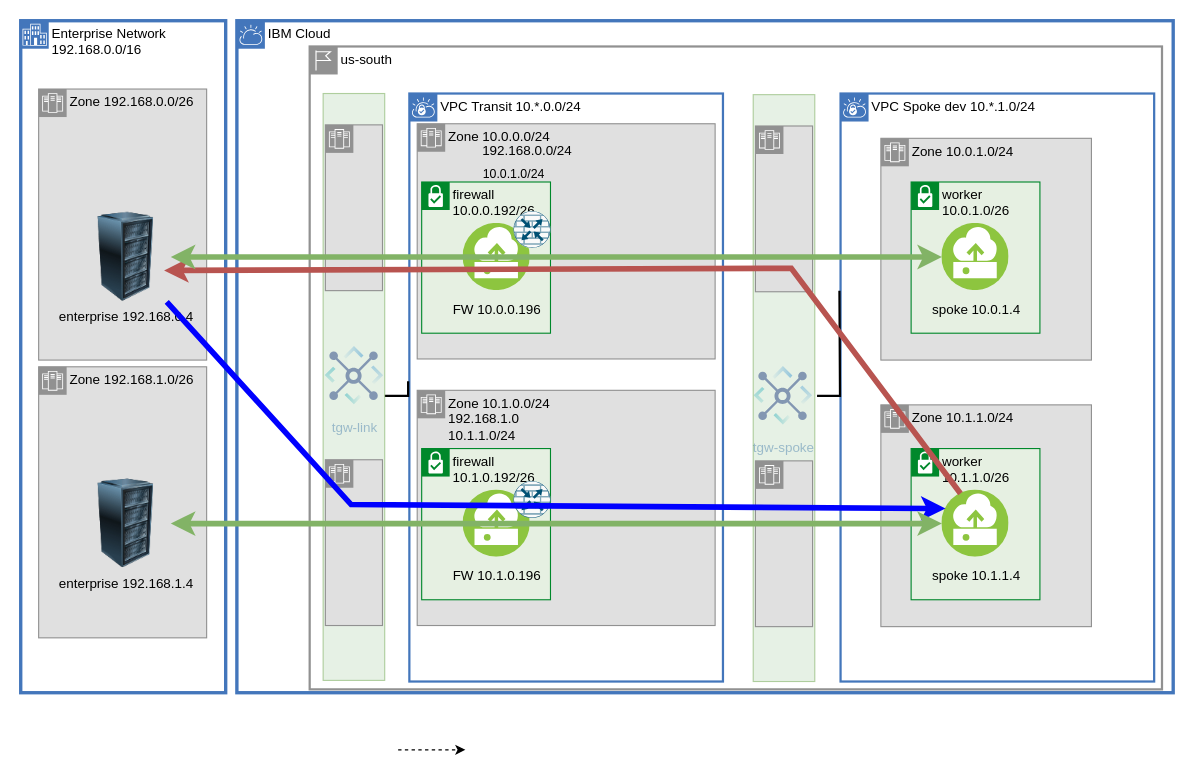
ibm-cloud-docs/solution-tutorials keeps this draw.io diagram as page "asymmetric" (5 of 8) of diagrams/vpc-transit.drawio. Above is the earlier version. Source tidied: cells renumbered, new cells numbered last; positions are measured from the earlier drawing's top-left corner, leaving out a move shared by most shapes. Both pictures are drawn from the tidied source at 112%, with x=0, y=0 at pixel (20, 20).
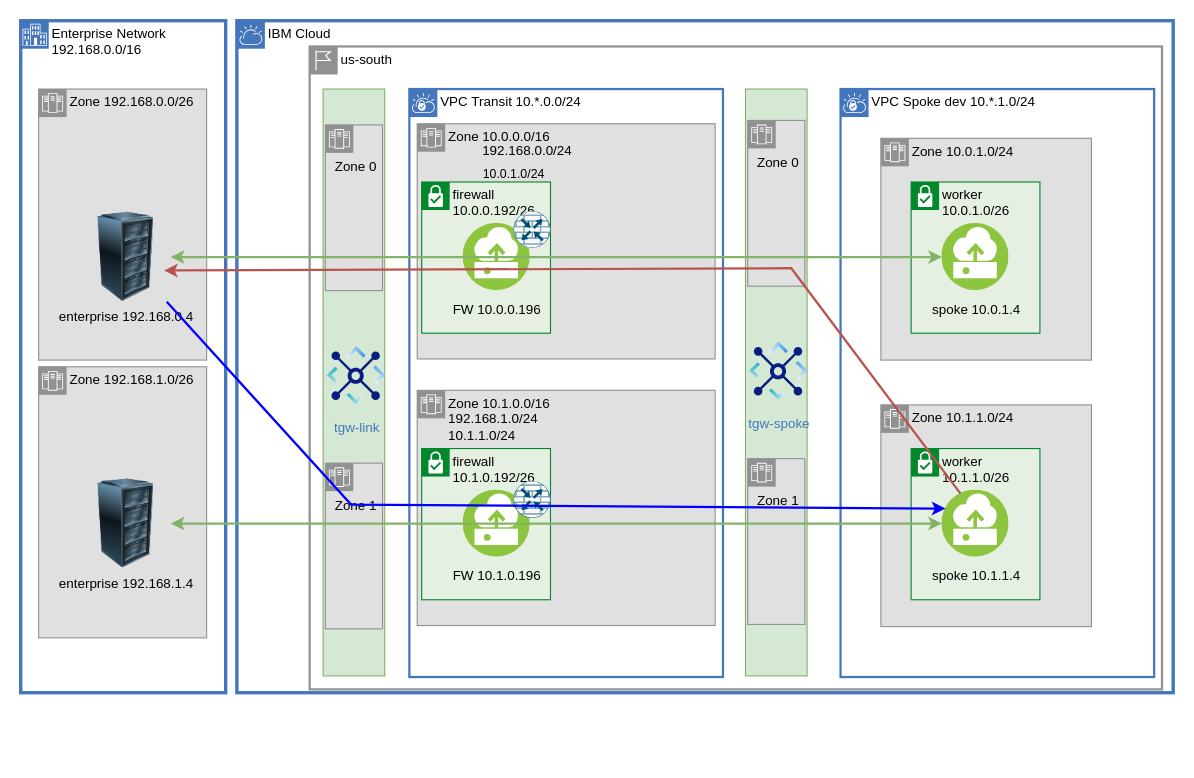
Above is the later version.

The change refers to these unchanged cells:
```xml
<mxCell id="13" value="enterprise 192.168.0.4" style="image;html=1;image=img/lib/clip_art/computers/Server_Rack_128x128.png;noLabel=0;labelBackgroundColor=none;" parent="1" vertex="1">
  <mxGeometry x="54" y="171" width="80" height="80" as="geometry" />
</mxCell>
<mxCell id="14" value="spoke 10.0.1.4" style="perimeter=ellipsePerimeter;html=1;align=center;shadow=0;dashed=0;fontColor=black;fontSize=12;spacingTop=3;image;image=img/lib/ibm/vpc/Instance.svg;overflow=visible;noLabel=0;labelBackgroundColor=none;" parent="1" vertex="1">
  <mxGeometry x="822.5" y="181" width="60" height="60" as="geometry" />
</mxCell>
<mxCell id="20" value="spoke 10.1.1.4" style="perimeter=ellipsePerimeter;html=1;align=center;shadow=0;dashed=0;fontColor=black;fontSize=12;spacingTop=3;image;image=img/lib/ibm/vpc/Instance.svg;overflow=visible;noLabel=0;labelBackgroundColor=none;" parent="1" vertex="1">
  <mxGeometry x="822.5" y="419" width="60" height="60" as="geometry" />
</mxCell>
<mxCell id="23" value="enterprise 192.168.1.4" style="image;html=1;image=img/lib/clip_art/computers/Server_Rack_128x128.png;noLabel=0;labelBackgroundColor=none;" parent="1" vertex="1">
  <mxGeometry x="54" y="409" width="80" height="80" as="geometry" />
</mxCell>
```

What changed in the source:
```diff
@@
     <mxCell id="4" value="&lt;span style=&quot;font-weight: normal&quot;&gt;VPC Spoke dev 10.*.1.0/24&lt;/span&gt;" style="shape=mxgraph.ibm.box;prType=vpc;fontStyle=1;verticalAlign=top;align=left;spacingLeft=32;spacingTop=4;fillColor=none;rounded=0;whiteSpace=wrap;html=1;strokeColor=#4376BB;strokeWidth=2;dashed=0;spacing=-4;" parent="1" vertex="1">
-      <mxGeometry x="732" y="65" width="280" height="525" as="geometry" />
+      <mxGeometry x="732" y="61" width="280" height="525" as="geometry" />
     </mxCell>
@@
     <mxCell id="6" value="VPC Transit 10.*.0.0/24" style="shape=mxgraph.ibm.box;prType=vpc;fontStyle=0;verticalAlign=top;align=left;spacingLeft=32;spacingTop=4;fillColor=none;rounded=0;whiteSpace=wrap;html=1;strokeColor=#4376BB;strokeWidth=2;dashed=0;spacing=-4;" parent="1" vertex="1">
-      <mxGeometry x="347" y="65" width="280" height="525" as="geometry" />
+      <mxGeometry x="347" y="61" width="280" height="525" as="geometry" />
     </mxCell>
-    <mxCell id="7" value="Zone 10.0.0.0/24&lt;br&gt;&amp;nbsp; &amp;nbsp; &amp;nbsp; &amp;nbsp; &amp;nbsp;" style="shape=mxgraph.ibm.box;prType=zone;fontStyle=0;verticalAlign=top;align=left;spacingLeft=32;spacingTop=4;fillColor=#E0E0E0;rounded=0;whiteSpace=wrap;html=1;strokeColor=#919191;strokeWidth=1;dashed=0;spacing=-4;" parent="1" vertex="1">
+    <mxCell id="7" value="Zone 10.0.0.0/16&lt;br&gt;&amp;nbsp; &amp;nbsp; &amp;nbsp; &amp;nbsp; &amp;nbsp;" style="shape=mxgraph.ibm.box;prType=zone;fontStyle=0;verticalAlign=top;align=left;spacingLeft=32;spacingTop=4;fillColor=#E0E0E0;rounded=0;whiteSpace=wrap;html=1;strokeColor=#919191;strokeWidth=1;dashed=0;spacing=-4;" parent="1" vertex="1">
       <mxGeometry x="354" y="92" width="266" height="210" as="geometry" />
     </mxCell>
@@
-    <mxCell id="12" style="shape=connector;rounded=0;orthogonalLoop=1;jettySize=auto;html=1;dashed=1;labelBackgroundColor=default;strokeColor=default;strokeWidth=1;fontFamily=Helvetica;fontSize=11;fontColor=default;endArrow=classic;endFill=1;" parent="1" edge="1">
-      <mxGeometry relative="1" as="geometry">
-        <mxPoint x="337" y="651" as="sourcePoint" />
-        <mxPoint x="397" y="651" as="targetPoint" />
-      </mxGeometry>
-    </mxCell>
@@
-    <mxCell id="17" value="Zone 10.1.0.0/24&lt;br&gt;192.168.1.0&lt;br&gt;10.1.1.0/24" style="shape=mxgraph.ibm.box;prType=zone;fontStyle=0;verticalAlign=top;align=left;spacingLeft=32;spacingTop=4;fillColor=#E0E0E0;rounded=0;whiteSpace=wrap;html=1;strokeColor=#919191;strokeWidth=1;dashed=0;spacing=-4;" parent="1" vertex="1">
+    <mxCell id="17" value="Zone 10.1.0.0/16&lt;br&gt;192.168.1.0/24&lt;br&gt;10.1.1.0/24" style="shape=mxgraph.ibm.box;prType=zone;fontStyle=0;verticalAlign=top;align=left;spacingLeft=32;spacingTop=4;fillColor=#E0E0E0;rounded=0;whiteSpace=wrap;html=1;strokeColor=#919191;strokeWidth=1;dashed=0;spacing=-4;" parent="1" vertex="1">
       <mxGeometry x="354" y="330" width="266" height="210" as="geometry" />
     </mxCell>
@@
-    <mxCell id="26" style="edgeStyle=orthogonalEdgeStyle;shape=connector;rounded=0;orthogonalLoop=1;jettySize=auto;html=1;entryX=-0.004;entryY=0.474;entryDx=0;entryDy=0;entryPerimeter=0;labelBackgroundColor=default;strokeColor=default;strokeWidth=2;fontFamily=Helvetica;fontSize=11;fontColor=default;endArrow=none;endFill=0;" parent="1" edge="1">
-      <mxGeometry relative="1" as="geometry">
-        <mxPoint x="325" y="335" as="sourcePoint" />
-        <mxPoint x="345.9" y="321.8" as="targetPoint" />
-      </mxGeometry>
-    </mxCell>
+    <mxCell id="47" style="group;" parent="1" vertex="1">
+      <mxGeometry x="269.9" y="65" width="61.9" height="524" as="geometry" />
+    </mxCell>
+    <mxCell id="31" style="whiteSpace=wrap;html=1;fontFamily=Helvetica;fontSize=11;fillColor=#d5e8d4;strokeColor=#82b366;" parent="47" vertex="1">
+      <mxGeometry x="0.1" y="-4" width="55" height="524" as="geometry" />
+    </mxCell>
-    <mxCell id="27" value="tgw-link" style="perimeter=ellipsePerimeter;html=1;align=center;shadow=0;dashed=0;fontColor=#4277BB;labelBackgroundColor=#ffffff;fontSize=12;spacingTop=3;image;image=img/lib/ibm/vpc/TransitGateway.svg;" parent="1" vertex="1">
-      <mxGeometry x="268" y="287" width="60" height="60" as="geometry" />
+    <mxCell id="27" value="tgw-link" style="perimeter=ellipsePerimeter;html=1;align=center;shadow=0;dashed=0;fontColor=#4277BB;fontSize=12;spacingTop=3;image;image=img/lib/ibm/vpc/TransitGateway.svg;labelBackgroundColor=none;" parent="47" vertex="1">
+      <mxGeometry y="222" width="60" height="60" as="geometry" />
     </mxCell>
-    <mxCell id="28" style="edgeStyle=orthogonalEdgeStyle;rounded=0;jettySize=auto;html=1;endArrow=none;endFill=0;strokeWidth=2;" parent="1" edge="1" source="29">
-      <mxGeometry relative="1" as="geometry">
-        <mxPoint x="731" y="241" as="targetPoint" />
-      </mxGeometry>
-    </mxCell>
+    <mxCell id="48" style="group;" parent="47" vertex="1">
+      <mxGeometry x="2.1" y="28" width="59.7" height="148" as="geometry" />
+    </mxCell>
+    <mxCell id="32" style="shape=mxgraph.ibm.box;prType=zone;fontStyle=0;verticalAlign=top;align=left;spacingLeft=32;spacingTop=4;fillColor=#E0E0E0;rounded=0;whiteSpace=wrap;html=1;strokeColor=#919191;strokeWidth=1;dashed=0;spacing=-4;" parent="48" vertex="1">
+      <mxGeometry width="51" height="148" as="geometry" />
+    </mxCell>
+    <mxCell id="49" value="Zone 0" style="text;html=1;align=center;verticalAlign=middle;strokeColor=none;fillColor=none;fontSize=12;fontFamily=Helvetica;fontColor=#000000;" parent="48" vertex="1">
+      <mxGeometry x="-0.3" y="25" width="55" height="26" as="geometry" />
+    </mxCell>
+    <mxCell id="50" style="group;" parent="47" vertex="1">
+      <mxGeometry x="2.1" y="330" width="59.7" height="148" as="geometry" />
+    </mxCell>
+    <mxCell id="51" style="shape=mxgraph.ibm.box;prType=zone;fontStyle=0;verticalAlign=top;align=left;spacingLeft=32;spacingTop=4;fillColor=#E0E0E0;rounded=0;whiteSpace=wrap;html=1;strokeColor=#919191;strokeWidth=1;dashed=0;spacing=-4;" parent="50" vertex="1">
+      <mxGeometry width="51" height="148" as="geometry" />
+    </mxCell>
+    <mxCell id="52" value="Zone 1" style="text;html=1;align=center;verticalAlign=middle;strokeColor=none;fillColor=none;fontSize=12;fontFamily=Helvetica;fontColor=#000000;" parent="50" vertex="1">
+      <mxGeometry x="-0.3" y="25" width="55" height="26" as="geometry" />
+    </mxCell>
+    <mxCell id="53" style="group;" parent="1" vertex="1">
+      <mxGeometry x="647" y="61" width="61.9" height="524" as="geometry" />
+    </mxCell>
+    <mxCell id="54" style="whiteSpace=wrap;html=1;fontFamily=Helvetica;fontSize=11;fillColor=#d5e8d4;strokeColor=#82b366;" parent="53" vertex="1">
+      <mxGeometry x="0.1" width="55" height="524" as="geometry" />
+    </mxCell>
-    <mxCell id="29" value="tgw-spoke" style="perimeter=ellipsePerimeter;html=1;align=center;shadow=0;dashed=0;fontColor=#4277BB;labelBackgroundColor=#ffffff;fontSize=12;spacingTop=3;image;image=img/lib/ibm/vpc/TransitGateway.svg;labelPadding=0;backgroundOutline=0;" parent="1" vertex="1">
-      <mxGeometry x="651" y="305" width="60" height="60" as="geometry" />
+    <mxCell id="29" value="tgw-spoke" style="perimeter=ellipsePerimeter;html=1;align=center;shadow=0;dashed=0;fontColor=#4277BB;fontSize=12;spacingTop=3;image;image=img/lib/ibm/vpc/TransitGateway.svg;labelBackgroundColor=none;" parent="53" vertex="1">
+      <mxGeometry y="222" width="60" height="60" as="geometry" />
     </mxCell>
-    <mxCell id="30" style="group;" parent="1" vertex="1">
-      <mxGeometry x="270" y="65" width="55" height="524" as="geometry" />
-    </mxCell>
-    <mxCell id="31" style="whiteSpace=wrap;html=1;fontFamily=Helvetica;fontSize=11;opacity=60;fillColor=#d5e8d4;strokeColor=#82b366;" parent="30" vertex="1">
-      <mxGeometry width="55" height="524" as="geometry" />
-    </mxCell>
-    <mxCell id="32" style="shape=mxgraph.ibm.box;prType=zone;fontStyle=0;verticalAlign=top;align=left;spacingLeft=32;spacingTop=4;fillColor=#E0E0E0;rounded=0;whiteSpace=wrap;html=1;strokeColor=#919191;strokeWidth=1;dashed=0;spacing=-4;" parent="30" vertex="1">
-      <mxGeometry x="2" y="28" width="51" height="148" as="geometry" />
-    </mxCell>
-    <mxCell id="33" style="shape=mxgraph.ibm.box;prType=zone;fontStyle=0;verticalAlign=top;align=left;spacingLeft=32;spacingTop=4;fillColor=#E0E0E0;rounded=0;whiteSpace=wrap;html=1;strokeColor=#919191;strokeWidth=1;dashed=0;spacing=-4;" parent="30" vertex="1">
-      <mxGeometry x="2" y="327" width="51" height="148" as="geometry" />
-    </mxCell>
+    <mxCell id="55" style="group;" parent="53" vertex="1">
+      <mxGeometry x="2.1" y="28" width="59.7" height="148" as="geometry" />
+    </mxCell>
+    <mxCell id="56" style="shape=mxgraph.ibm.box;prType=zone;fontStyle=0;verticalAlign=top;align=left;spacingLeft=32;spacingTop=4;fillColor=#E0E0E0;rounded=0;whiteSpace=wrap;html=1;strokeColor=#919191;strokeWidth=1;dashed=0;spacing=-4;" parent="55" vertex="1">
+      <mxGeometry width="51" height="148" as="geometry" />
+    </mxCell>
+    <mxCell id="57" value="Zone 0" style="text;html=1;align=center;verticalAlign=middle;strokeColor=none;fillColor=none;fontSize=12;fontFamily=Helvetica;fontColor=#000000;" parent="55" vertex="1">
+      <mxGeometry x="-0.3" y="25" width="55" height="26" as="geometry" />
+    </mxCell>
+    <mxCell id="58" style="group;" parent="53" vertex="1">
+      <mxGeometry x="2.1" y="330" width="59.7" height="148" as="geometry" />
+    </mxCell>
+    <mxCell id="59" style="shape=mxgraph.ibm.box;prType=zone;fontStyle=0;verticalAlign=top;align=left;spacingLeft=32;spacingTop=4;fillColor=#E0E0E0;rounded=0;whiteSpace=wrap;html=1;strokeColor=#919191;strokeWidth=1;dashed=0;spacing=-4;" parent="58" vertex="1">
+      <mxGeometry width="51" height="148" as="geometry" />
+    </mxCell>
+    <mxCell id="60" value="Zone 1" style="text;html=1;align=center;verticalAlign=middle;strokeColor=none;fillColor=none;fontSize=12;fontFamily=Helvetica;fontColor=#000000;" parent="58" vertex="1">
+      <mxGeometry x="-0.3" y="25" width="55" height="26" as="geometry" />
+    </mxCell>
@@
-    <mxCell id="39" style="group;" parent="38" vertex="1">
-      <mxGeometry x="654" y="66" width="55" height="524" as="geometry" />
-    </mxCell>
-    <mxCell id="40" style="whiteSpace=wrap;html=1;fontFamily=Helvetica;fontSize=11;opacity=60;fillColor=#d5e8d4;strokeColor=#82b366;" parent="39" vertex="1">
-      <mxGeometry width="55" height="524" as="geometry" />
-    </mxCell>
-    <mxCell id="41" style="shape=mxgraph.ibm.box;prType=zone;fontStyle=0;verticalAlign=top;align=left;spacingLeft=32;spacingTop=4;fillColor=#E0E0E0;rounded=0;whiteSpace=wrap;html=1;strokeColor=#919191;strokeWidth=1;dashed=0;spacing=-4;" parent="39" vertex="1">
-      <mxGeometry x="2" y="28" width="51" height="148" as="geometry" />
-    </mxCell>
-    <mxCell id="42" style="shape=mxgraph.ibm.box;prType=zone;fontStyle=0;verticalAlign=top;align=left;spacingLeft=32;spacingTop=4;fillColor=#E0E0E0;rounded=0;whiteSpace=wrap;html=1;strokeColor=#919191;strokeWidth=1;dashed=0;spacing=-4;" parent="39" vertex="1">
-      <mxGeometry x="2" y="327" width="51" height="148" as="geometry" />
-    </mxCell>
-    <mxCell id="43" style="rounded=0;jettySize=auto;html=1;startArrow=none;startFill=1;endArrow=classic;endFill=1;strokeColor=#0000FF;strokeWidth=5;entryX=0;entryY=0.25;entryDx=0;entryDy=0;" parent="38" edge="1" source="13" target="20">
+    <mxCell id="43" style="rounded=0;jettySize=auto;html=1;startArrow=none;startFill=1;endArrow=classic;endFill=1;strokeColor=#0000FF;strokeWidth=2;entryX=0;entryY=0.25;entryDx=0;entryDy=0;" parent="38" edge="1" source="13" target="20">
       <mxGeometry relative="1" as="geometry">
         <Array as="points">
           <mxPoint x="295" y="432" />
         </Array>
       </mxGeometry>
     </mxCell>
-    <mxCell id="44" style="shape=connector;rounded=0;jettySize=auto;html=1;labelBackgroundColor=default;strokeColor=#b85450;strokeWidth=5;fontFamily=Helvetica;fontSize=11;fontColor=default;startArrow=none;startFill=1;endArrow=classic;endFill=1;fillColor=#f8cecc;exitX=0.25;exitY=0;exitDx=0;exitDy=0;entryX=0.925;entryY=0.65;entryDx=0;entryDy=0;entryPerimeter=0;" parent="38" edge="1" source="20" target="13">
+    <mxCell id="44" style="shape=connector;rounded=0;jettySize=auto;html=1;labelBackgroundColor=default;strokeColor=#b85450;strokeWidth=2;fontFamily=Helvetica;fontSize=11;fontColor=default;startArrow=none;startFill=1;endArrow=classic;endFill=1;fillColor=#f8cecc;exitX=0.25;exitY=0;exitDx=0;exitDy=0;entryX=0.925;entryY=0.65;entryDx=0;entryDy=0;entryPerimeter=0;" parent="38" edge="1" source="20" target="13">
       <mxGeometry relative="1" as="geometry">
         <Array as="points">
           <mxPoint x="688" y="221" />
         </Array>
       </mxGeometry>
     </mxCell>
-    <mxCell id="45" style="edgeStyle=orthogonalEdgeStyle;rounded=0;jettySize=auto;html=1;startArrow=classic;startFill=1;endArrow=classic;endFill=1;strokeColor=#82b366;strokeWidth=5;fillColor=#d5e8d4;" parent="38" edge="1" source="23" target="20">
+    <mxCell id="45" style="edgeStyle=orthogonalEdgeStyle;rounded=0;jettySize=auto;html=1;startArrow=classic;startFill=1;endArrow=classic;endFill=1;strokeColor=#82b366;strokeWidth=2;fillColor=#d5e8d4;" parent="38" edge="1" source="23" target="20">
       <mxGeometry relative="1" as="geometry" />
     </mxCell>
-    <mxCell id="46" style="edgeStyle=orthogonalEdgeStyle;rounded=0;jettySize=auto;html=1;startArrow=classic;startFill=1;endArrow=classic;endFill=1;strokeColor=#82b366;strokeWidth=5;fillColor=#d5e8d4;entryX=0;entryY=0.5;entryDx=0;entryDy=0;" parent="38" edge="1" source="13" target="14">
+    <mxCell id="46" style="edgeStyle=orthogonalEdgeStyle;rounded=0;jettySize=auto;html=1;startArrow=classic;startFill=1;endArrow=classic;endFill=1;strokeColor=#82b366;strokeWidth=2;fillColor=#d5e8d4;entryX=0;entryY=0.5;entryDx=0;entryDy=0;" parent="38" edge="1" source="13" target="14">
       <mxGeometry relative="1" as="geometry" />
     </mxCell>
```
